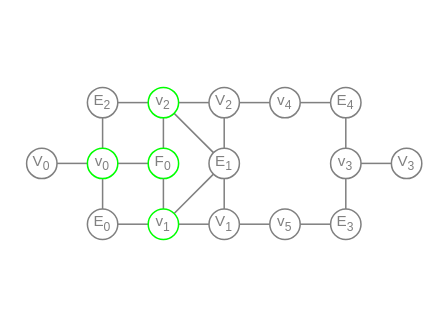
Above: wiki/MeshGraph.drawio in YoanWithY/kayo (draw.io), before the change. Source tidied: cells renumbered, new cells numbered last; positions are measured from the earlier drawing's top-left corner, leaving out a move shared by most shapes. Both pictures are drawn from the tidied source at 152%, with x=0, y=0 at pixel (26, 87).
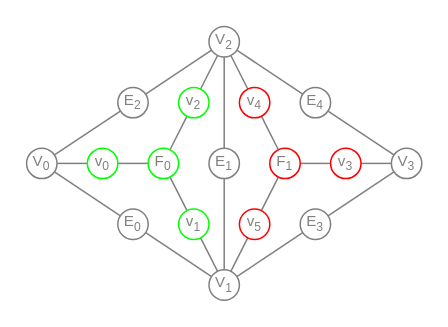
Above is the later version.

Change to the diagram source:
```diff
@@
-    <mxCell id="1" parent="0" />
+    <mxCell id="39" parent="0" />
-    <mxCell id="2" style="edgeStyle=none;shape=connector;rounded=0;html=1;labelBackgroundColor=default;strokeColor=#808080;fontFamily=Helvetica;fontSize=8;fontColor=#808080;endArrow=none;endFill=0;" parent="1" edge="1" source="4" target="32">
+    <mxCell id="2" style="edgeStyle=none;shape=connector;rounded=1;html=1;labelBackgroundColor=default;strokeColor=#808080;fontFamily=Helvetica;fontSize=11;fontColor=default;startArrow=none;startFill=0;endArrow=none;endFill=0;" parent="39" edge="1" source="4" target="32">
       <mxGeometry relative="1" as="geometry" />
     </mxCell>
-    <mxCell id="3" style="edgeStyle=none;shape=connector;rounded=0;html=1;labelBackgroundColor=default;strokeColor=#808080;fontFamily=Helvetica;fontSize=8;fontColor=#808080;endArrow=none;endFill=0;" parent="1" edge="1" source="4" target="34">
+    <mxCell id="3" style="edgeStyle=none;shape=connector;rounded=1;html=1;labelBackgroundColor=default;strokeColor=#808080;fontFamily=Helvetica;fontSize=11;fontColor=default;startArrow=none;startFill=0;endArrow=none;endFill=0;" parent="39" edge="1" source="4" target="34">
       <mxGeometry relative="1" as="geometry" />
     </mxCell>
+    <mxCell id="40" style="edgeStyle=none;shape=connector;rounded=1;html=1;labelBackgroundColor=default;strokeColor=#808080;fontFamily=Helvetica;fontSize=11;fontColor=default;startArrow=none;startFill=0;endArrow=none;endFill=0;" parent="39" edge="1" source="4" target="33">
+      <mxGeometry relative="1" as="geometry" />
+    </mxCell>
-    <mxCell id="4" value="F&lt;sub style=&quot;&quot;&gt;&lt;font style=&quot;font-size: 8px;&quot;&gt;0&lt;/font&gt;&lt;/sub&gt;" style="ellipse;whiteSpace=wrap;html=1;fontSize=10;fillColor=none;strokeColor=#00FF00;fontColor=#808080;" parent="1" vertex="1">
+    <mxCell id="4" value="F&lt;sub style=&quot;&quot;&gt;&lt;font style=&quot;font-size: 8px;&quot;&gt;0&lt;/font&gt;&lt;/sub&gt;" style="ellipse;whiteSpace=wrap;html=1;fontSize=10;fillColor=none;strokeColor=#00FF00;fontColor=#808080;" parent="39" vertex="1">
       <mxGeometry x="80" y="40" width="20" height="20" as="geometry" />
     </mxCell>
-    <mxCell id="5" style="edgeStyle=none;shape=connector;rounded=0;html=1;labelBackgroundColor=default;strokeColor=#808080;fontFamily=Helvetica;fontSize=8;fontColor=#808080;endArrow=none;endFill=0;" parent="1" edge="1" source="7" target="16">
-      <mxGeometry relative="1" as="geometry" />
-    </mxCell>
-    <mxCell id="6" style="edgeStyle=none;shape=connector;rounded=0;html=1;labelBackgroundColor=default;strokeColor=#808080;fontFamily=Helvetica;fontSize=8;fontColor=#808080;endArrow=none;endFill=0;" parent="1" edge="1" source="7" target="13">
-      <mxGeometry relative="1" as="geometry" />
-    </mxCell>
-    <mxCell id="7" value="E&lt;sub style=&quot;&quot;&gt;&lt;font style=&quot;font-size: 8px;&quot;&gt;1&lt;/font&gt;&lt;/sub&gt;" style="ellipse;whiteSpace=wrap;html=1;fontSize=10;fillColor=none;strokeColor=#808080;fontColor=#808080;" parent="1" vertex="1">
-      <mxGeometry x="120" y="40" width="20" height="20" as="geometry" />
-    </mxCell>
-    <mxCell id="8" style="edgeStyle=none;shape=connector;rounded=0;html=1;labelBackgroundColor=default;strokeColor=#808080;fontFamily=Helvetica;fontSize=8;fontColor=#808080;endArrow=none;endFill=0;" parent="1" edge="1" source="27" target="32">
-      <mxGeometry relative="1" as="geometry" />
-    </mxCell>
-    <mxCell id="9" style="edgeStyle=none;shape=connector;rounded=0;html=1;labelBackgroundColor=default;strokeColor=#808080;fontFamily=Helvetica;fontSize=8;fontColor=#808080;endArrow=none;endFill=0;" parent="1" edge="1" source="27" target="34">
-      <mxGeometry relative="1" as="geometry" />
-    </mxCell>
-    <mxCell id="10" value="V&lt;sub style=&quot;&quot;&gt;&lt;font style=&quot;font-size: 8px;&quot;&gt;0&lt;/font&gt;&lt;/sub&gt;" style="ellipse;whiteSpace=wrap;html=1;fontSize=10;fillColor=none;strokeColor=#808080;fontColor=#808080;shadow=0;" parent="1" vertex="1">
-      <mxGeometry y="40" width="20" height="20" as="geometry" />
-    </mxCell>
+    <mxCell id="41" style="edgeStyle=none;shape=connector;rounded=0;html=1;labelBackgroundColor=default;strokeColor=#808080;fontFamily=Helvetica;fontSize=8;fontColor=#808080;endArrow=none;endFill=0;" parent="39" edge="1" source="27" target="10">
+      <mxGeometry relative="1" as="geometry" />
+    </mxCell>
+    <mxCell id="42" style="edgeStyle=none;shape=connector;rounded=0;html=1;labelBackgroundColor=default;strokeColor=#808080;fontFamily=Helvetica;fontSize=8;fontColor=#808080;endArrow=none;endFill=0;" parent="39" edge="1" source="27" target="16">
+      <mxGeometry relative="1" as="geometry" />
+    </mxCell>
-    <mxCell id="11" style="edgeStyle=none;shape=connector;rounded=0;html=1;labelBackgroundColor=default;strokeColor=#808080;fontFamily=Helvetica;fontSize=8;fontColor=#808080;endArrow=none;endFill=0;" parent="1" edge="1" source="13" target="33">
+    <mxCell id="11" style="edgeStyle=none;shape=connector;rounded=0;html=1;labelBackgroundColor=default;strokeColor=#808080;fontFamily=Helvetica;fontSize=8;fontColor=#808080;endArrow=none;endFill=0;" parent="39" edge="1" source="13" target="33">
       <mxGeometry relative="1" as="geometry" />
     </mxCell>
-    <mxCell id="12" style="edgeStyle=none;shape=connector;rounded=0;html=1;labelBackgroundColor=default;strokeColor=#808080;fontFamily=Helvetica;fontSize=8;fontColor=#808080;endArrow=none;endFill=0;" parent="1" edge="1" source="13" target="38">
+    <mxCell id="12" style="edgeStyle=none;shape=connector;rounded=0;html=1;labelBackgroundColor=default;strokeColor=#808080;fontFamily=Helvetica;fontSize=8;fontColor=#808080;endArrow=none;endFill=0;" parent="39" edge="1" source="13" target="38">
       <mxGeometry relative="1" as="geometry" />
     </mxCell>
-    <mxCell id="13" value="V&lt;sub style=&quot;&quot;&gt;&lt;font style=&quot;font-size: 8px;&quot;&gt;1&lt;/font&gt;&lt;/sub&gt;" style="ellipse;whiteSpace=wrap;html=1;fontSize=10;fillColor=none;strokeColor=#808080;fontColor=#808080;" parent="1" vertex="1">
-      <mxGeometry x="120" y="80" width="20" height="20" as="geometry" />
+    <mxCell id="13" value="V&lt;sub style=&quot;&quot;&gt;&lt;font style=&quot;font-size: 8px;&quot;&gt;1&lt;/font&gt;&lt;/sub&gt;" style="ellipse;whiteSpace=wrap;html=1;fontSize=10;fillColor=none;strokeColor=#808080;fontColor=#808080;" parent="39" vertex="1">
+      <mxGeometry x="120" y="120" width="20" height="20" as="geometry" />
     </mxCell>
-    <mxCell id="14" style="edgeStyle=none;shape=connector;rounded=0;html=1;labelBackgroundColor=default;strokeColor=#808080;fontFamily=Helvetica;fontSize=8;fontColor=#808080;endArrow=none;endFill=0;" parent="1" edge="1" source="16" target="34">
+    <mxCell id="14" style="edgeStyle=none;shape=connector;rounded=0;html=1;labelBackgroundColor=default;strokeColor=#808080;fontFamily=Helvetica;fontSize=8;fontColor=#808080;endArrow=none;endFill=0;" parent="39" edge="1" source="16" target="34">
       <mxGeometry relative="1" as="geometry" />
     </mxCell>
-    <mxCell id="15" style="edgeStyle=none;shape=connector;rounded=0;html=1;labelBackgroundColor=default;strokeColor=#808080;fontFamily=Helvetica;fontSize=8;fontColor=#808080;endArrow=none;endFill=0;" parent="1" edge="1" source="16" target="37">
+    <mxCell id="15" style="edgeStyle=none;shape=connector;rounded=0;html=1;labelBackgroundColor=default;strokeColor=#808080;fontFamily=Helvetica;fontSize=8;fontColor=#808080;endArrow=none;endFill=0;" parent="39" edge="1" source="16" target="37">
       <mxGeometry relative="1" as="geometry" />
     </mxCell>
-    <mxCell id="16" value="V&lt;sub style=&quot;&quot;&gt;&lt;font style=&quot;font-size: 8px;&quot;&gt;2&lt;/font&gt;&lt;/sub&gt;" style="ellipse;whiteSpace=wrap;html=1;fontSize=10;fillColor=none;strokeColor=#808080;fontColor=#808080;" parent="1" vertex="1">
-      <mxGeometry x="120" width="20" height="20" as="geometry" />
+    <mxCell id="16" value="V&lt;sub style=&quot;&quot;&gt;&lt;font style=&quot;font-size: 8px;&quot;&gt;2&lt;/font&gt;&lt;/sub&gt;" style="ellipse;whiteSpace=wrap;html=1;fontSize=10;fillColor=none;strokeColor=#808080;fontColor=#808080;" parent="39" vertex="1">
+      <mxGeometry x="120" y="-40" width="20" height="20" as="geometry" />
     </mxCell>
-    <mxCell id="17" style="edgeStyle=none;shape=connector;rounded=0;html=1;labelBackgroundColor=default;strokeColor=#808080;fontFamily=Helvetica;fontSize=8;fontColor=#808080;endArrow=none;endFill=0;startArrow=none;" parent="1" edge="1" source="37" target="19">
-      <mxGeometry relative="1" as="geometry" />
-    </mxCell>
-    <mxCell id="18" value="E&lt;sub style=&quot;&quot;&gt;&lt;font style=&quot;font-size: 8px;&quot;&gt;3&lt;/font&gt;&lt;/sub&gt;" style="ellipse;whiteSpace=wrap;html=1;fontSize=10;fillColor=none;strokeColor=#808080;fontColor=#808080;" parent="1" vertex="1">
-      <mxGeometry x="200" y="80" width="20" height="20" as="geometry" />
-    </mxCell>
-    <mxCell id="19" value="E&lt;sub style=&quot;&quot;&gt;&lt;font style=&quot;font-size: 8px;&quot;&gt;4&lt;/font&gt;&lt;/sub&gt;" style="ellipse;whiteSpace=wrap;html=1;fontSize=10;fillColor=none;strokeColor=#808080;fontColor=#808080;" parent="1" vertex="1">
-      <mxGeometry x="200" width="20" height="20" as="geometry" />
-    </mxCell>
+    <mxCell id="43" style="edgeStyle=none;shape=connector;rounded=1;html=1;labelBackgroundColor=default;strokeColor=#808080;fontFamily=Helvetica;fontSize=11;fontColor=default;startArrow=none;startFill=0;endArrow=none;endFill=0;" parent="39" edge="1" source="46" target="37">
+      <mxGeometry relative="1" as="geometry" />
+    </mxCell>
+    <mxCell id="44" style="edgeStyle=none;shape=connector;rounded=1;html=1;labelBackgroundColor=default;strokeColor=#808080;fontFamily=Helvetica;fontSize=11;fontColor=default;startArrow=none;startFill=0;endArrow=none;endFill=0;" parent="39" edge="1" source="46" target="36">
+      <mxGeometry relative="1" as="geometry" />
+    </mxCell>
+    <mxCell id="45" style="edgeStyle=none;shape=connector;rounded=1;html=1;labelBackgroundColor=default;strokeColor=#808080;fontFamily=Helvetica;fontSize=11;fontColor=default;startArrow=none;startFill=0;endArrow=none;endFill=0;" parent="39" edge="1" source="46" target="38">
+      <mxGeometry relative="1" as="geometry" />
+    </mxCell>
+    <mxCell id="46" value="F&lt;sub style=&quot;&quot;&gt;&lt;font style=&quot;font-size: 8px;&quot;&gt;1&lt;/font&gt;&lt;/sub&gt;" style="ellipse;whiteSpace=wrap;html=1;fontSize=10;fillColor=none;strokeColor=#FF0000;fontColor=#808080;" parent="39" vertex="1">
+      <mxGeometry x="160" y="40" width="20" height="20" as="geometry" />
+    </mxCell>
-    <mxCell id="20" value="V&lt;sub style=&quot;&quot;&gt;&lt;font style=&quot;font-size: 8px;&quot;&gt;3&lt;/font&gt;&lt;/sub&gt;" style="ellipse;whiteSpace=wrap;html=1;fontSize=10;fillColor=none;strokeColor=#808080;fontColor=#808080;" parent="1" vertex="1">
+    <mxCell id="20" value="V&lt;sub style=&quot;&quot;&gt;&lt;font style=&quot;font-size: 8px;&quot;&gt;3&lt;/font&gt;&lt;/sub&gt;" style="ellipse;whiteSpace=wrap;html=1;fontSize=10;fillColor=none;strokeColor=#808080;fontColor=#808080;" parent="39" vertex="1">
       <mxGeometry x="240" y="40" width="20" height="20" as="geometry" />
     </mxCell>
-    <mxCell id="21" style="edgeStyle=none;shape=connector;rounded=0;html=1;labelBackgroundColor=default;strokeColor=#808080;fontFamily=Helvetica;fontSize=8;fontColor=#808080;endArrow=none;endFill=0;" parent="1" edge="1" source="33" target="4">
-      <mxGeometry relative="1" as="geometry" />
-    </mxCell>
-    <mxCell id="22" style="edgeStyle=none;shape=connector;rounded=0;html=1;labelBackgroundColor=default;strokeColor=#808080;fontFamily=Helvetica;fontSize=8;fontColor=#808080;endArrow=none;endFill=0;" parent="1" edge="1" source="26" target="32">
-      <mxGeometry relative="1" as="geometry" />
-    </mxCell>
-    <mxCell id="23" style="edgeStyle=none;shape=connector;rounded=0;html=1;labelBackgroundColor=default;strokeColor=#808080;fontFamily=Helvetica;fontSize=8;fontColor=#808080;endArrow=none;endFill=0;" parent="1" edge="1" source="26" target="33">
-      <mxGeometry relative="1" as="geometry" />
-    </mxCell>
-    <mxCell id="24" style="edgeStyle=none;shape=connector;rounded=0;html=1;labelBackgroundColor=default;strokeColor=#808080;fontFamily=Helvetica;fontSize=8;fontColor=#808080;endArrow=none;endFill=0;" parent="1" edge="1" source="7" target="33">
-      <mxGeometry relative="1" as="geometry" />
-    </mxCell>
-    <mxCell id="25" style="edgeStyle=none;shape=connector;rounded=0;html=1;labelBackgroundColor=default;strokeColor=#808080;fontFamily=Helvetica;fontSize=8;fontColor=#808080;endArrow=none;endFill=0;" parent="1" edge="1" source="7" target="34">
-      <mxGeometry relative="1" as="geometry" />
-    </mxCell>
-    <mxCell id="26" value="E&lt;sub style=&quot;&quot;&gt;&lt;font style=&quot;font-size: 8px;&quot;&gt;0&lt;/font&gt;&lt;/sub&gt;" style="ellipse;whiteSpace=wrap;html=1;fontSize=10;fillColor=none;strokeColor=#808080;fontColor=#808080;" parent="1" vertex="1">
-      <mxGeometry x="40" y="80" width="20" height="20" as="geometry" />
-    </mxCell>
-    <mxCell id="27" value="E&lt;sub style=&quot;&quot;&gt;&lt;font style=&quot;font-size: 8px;&quot;&gt;2&lt;/font&gt;&lt;/sub&gt;" style="ellipse;whiteSpace=wrap;html=1;fontSize=10;fillColor=none;strokeColor=#808080;fontColor=#808080;" parent="1" vertex="1">
-      <mxGeometry x="40" width="20" height="20" as="geometry" />
-    </mxCell>
-    <mxCell id="28" style="edgeStyle=none;shape=connector;rounded=0;html=1;labelBackgroundColor=default;strokeColor=#808080;fontFamily=Helvetica;fontSize=8;fontColor=#808080;endArrow=none;endFill=0;" parent="1" edge="1" source="18" target="36">
-      <mxGeometry relative="1" as="geometry" />
-    </mxCell>
-    <mxCell id="29" style="edgeStyle=none;shape=connector;rounded=0;html=1;labelBackgroundColor=default;strokeColor=#808080;fontFamily=Helvetica;fontSize=8;fontColor=#808080;endArrow=none;endFill=0;" parent="1" edge="1" source="18" target="38">
-      <mxGeometry relative="1" as="geometry" />
-    </mxCell>
-    <mxCell id="30" style="edgeStyle=none;shape=connector;rounded=0;html=1;labelBackgroundColor=default;strokeColor=#808080;fontFamily=Helvetica;fontSize=8;fontColor=#808080;endArrow=none;endFill=0;" parent="1" edge="1" source="19" target="36">
-      <mxGeometry relative="1" as="geometry" />
-    </mxCell>
+    <mxCell id="47" style="edgeStyle=none;shape=connector;rounded=0;html=1;labelBackgroundColor=default;strokeColor=#808080;fontFamily=Helvetica;fontSize=8;fontColor=#808080;endArrow=none;endFill=0;" parent="39" edge="1" source="26" target="10">
+      <mxGeometry relative="1" as="geometry" />
+    </mxCell>
+    <mxCell id="48" style="edgeStyle=none;shape=connector;rounded=0;html=1;labelBackgroundColor=default;strokeColor=#808080;fontFamily=Helvetica;fontSize=8;fontColor=#808080;endArrow=none;endFill=0;" parent="39" edge="1" source="26" target="13">
+      <mxGeometry relative="1" as="geometry" />
+    </mxCell>
+    <mxCell id="6" style="edgeStyle=none;shape=connector;rounded=0;html=1;labelBackgroundColor=default;strokeColor=#808080;fontFamily=Helvetica;fontSize=8;fontColor=#808080;endArrow=none;endFill=0;" parent="39" edge="1" source="7" target="13">
+      <mxGeometry relative="1" as="geometry" />
+    </mxCell>
+    <mxCell id="49" style="edgeStyle=none;shape=connector;rounded=1;html=1;labelBackgroundColor=default;strokeColor=#808080;fontFamily=Helvetica;fontSize=11;fontColor=default;startArrow=none;startFill=0;endArrow=none;endFill=0;" parent="39" edge="1" source="16" target="7">
+      <mxGeometry relative="1" as="geometry" />
+    </mxCell>
+    <mxCell id="50" style="edgeStyle=none;shape=connector;rounded=0;html=1;labelBackgroundColor=default;strokeColor=#808080;fontFamily=Helvetica;fontSize=8;fontColor=#808080;endArrow=none;endFill=0;" parent="39" edge="1" source="18" target="20">
+      <mxGeometry relative="1" as="geometry" />
+    </mxCell>
+    <mxCell id="51" style="edgeStyle=none;shape=connector;rounded=0;html=1;labelBackgroundColor=default;strokeColor=#808080;fontFamily=Helvetica;fontSize=8;fontColor=#808080;endArrow=none;endFill=0;" parent="39" edge="1" source="18" target="13">
+      <mxGeometry relative="1" as="geometry" />
+    </mxCell>
+    <mxCell id="52" style="edgeStyle=none;shape=connector;rounded=0;html=1;labelBackgroundColor=default;strokeColor=#808080;fontFamily=Helvetica;fontSize=8;fontColor=#808080;endArrow=none;endFill=0;" parent="39" edge="1" source="19" target="20">
+      <mxGeometry relative="1" as="geometry" />
+    </mxCell>
+    <mxCell id="53" style="edgeStyle=none;shape=connector;rounded=0;html=1;labelBackgroundColor=default;strokeColor=#808080;fontFamily=Helvetica;fontSize=8;fontColor=#808080;endArrow=none;endFill=0;" parent="39" edge="1" source="19" target="16">
+      <mxGeometry relative="1" as="geometry" />
+    </mxCell>
-    <mxCell id="31" style="edgeStyle=none;shape=connector;rounded=0;html=1;labelBackgroundColor=default;strokeColor=#808080;fontFamily=Helvetica;fontSize=8;fontColor=#808080;endArrow=none;endFill=0;" parent="1" edge="1" source="32" target="10">
+    <mxCell id="31" style="edgeStyle=none;shape=connector;rounded=0;html=1;labelBackgroundColor=default;strokeColor=#808080;fontFamily=Helvetica;fontSize=8;fontColor=#808080;endArrow=none;endFill=0;" parent="39" edge="1" source="32" target="10">
       <mxGeometry relative="1" as="geometry" />
     </mxCell>
-    <mxCell id="32" value="v&lt;sub style=&quot;&quot;&gt;&lt;font style=&quot;font-size: 8px;&quot;&gt;0&lt;/font&gt;&lt;/sub&gt;" style="ellipse;whiteSpace=wrap;html=1;fontSize=10;fillColor=none;strokeColor=#00FF00;fontColor=#808080;" parent="1" vertex="1">
-      <mxGeometry x="40" y="40" width="20" height="20" as="geometry" />
-    </mxCell>
-    <mxCell id="33" value="v&lt;sub style=&quot;&quot;&gt;&lt;font style=&quot;font-size: 8px;&quot;&gt;1&lt;/font&gt;&lt;/sub&gt;" style="ellipse;whiteSpace=wrap;html=1;fontSize=10;fillColor=none;strokeColor=#00FF00;fontColor=#808080;" parent="1" vertex="1">
-      <mxGeometry x="80" y="80" width="20" height="20" as="geometry" />
-    </mxCell>
-    <mxCell id="34" value="v&lt;sub style=&quot;&quot;&gt;&lt;font style=&quot;font-size: 8px;&quot;&gt;2&lt;/font&gt;&lt;/sub&gt;" style="ellipse;whiteSpace=wrap;html=1;fontSize=10;fillColor=none;strokeColor=#00FF00;fontColor=#808080;" parent="1" vertex="1">
-      <mxGeometry x="80" width="20" height="20" as="geometry" />
-    </mxCell>
-    <mxCell id="35" style="edgeStyle=none;shape=connector;rounded=0;html=1;labelBackgroundColor=default;strokeColor=#808080;fontFamily=Helvetica;fontSize=8;fontColor=#808080;endArrow=none;endFill=0;" parent="1" edge="1" source="36" target="20">
+    <mxCell id="35" style="edgeStyle=none;shape=connector;rounded=0;html=1;labelBackgroundColor=default;strokeColor=#808080;fontFamily=Helvetica;fontSize=8;fontColor=#808080;endArrow=none;endFill=0;" parent="39" edge="1" source="36" target="20">
       <mxGeometry relative="1" as="geometry" />
     </mxCell>
-    <mxCell id="36" value="v&lt;sub style=&quot;&quot;&gt;&lt;font style=&quot;font-size: 8px;&quot;&gt;3&lt;/font&gt;&lt;/sub&gt;" style="ellipse;whiteSpace=wrap;html=1;fontSize=10;fillColor=none;strokeColor=#808080;fontColor=#808080;" parent="1" vertex="1">
+    <mxCell id="36" value="v&lt;sub style=&quot;&quot;&gt;&lt;font style=&quot;font-size: 8px;&quot;&gt;3&lt;/font&gt;&lt;/sub&gt;" style="ellipse;whiteSpace=wrap;html=1;fontSize=10;fillColor=none;strokeColor=#FF0000;fontColor=#808080;" parent="39" vertex="1">
       <mxGeometry x="200" y="40" width="20" height="20" as="geometry" />
     </mxCell>
+    <mxCell id="38" value="v&lt;sub style=&quot;&quot;&gt;&lt;font style=&quot;font-size: 8px;&quot;&gt;5&lt;/font&gt;&lt;/sub&gt;" style="ellipse;whiteSpace=wrap;html=1;fontSize=10;fillColor=none;strokeColor=#FF0000;fontColor=#808080;" parent="39" vertex="1">
+      <mxGeometry x="140" y="80" width="20" height="20" as="geometry" />
+    </mxCell>
+    <mxCell id="10" value="V&lt;sub style=&quot;&quot;&gt;&lt;font style=&quot;font-size: 8px;&quot;&gt;0&lt;/font&gt;&lt;/sub&gt;" style="ellipse;whiteSpace=wrap;html=1;fontSize=10;fillColor=none;strokeColor=#808080;fontColor=#808080;" parent="39" vertex="1">
+      <mxGeometry y="40" width="20" height="20" as="geometry" />
+    </mxCell>
+    <mxCell id="27" value="E&lt;sub style=&quot;&quot;&gt;&lt;font style=&quot;font-size: 8px;&quot;&gt;2&lt;/font&gt;&lt;/sub&gt;" style="ellipse;whiteSpace=wrap;html=1;fontSize=10;fillColor=none;strokeColor=#808080;fontColor=#808080;" parent="39" vertex="1">
+      <mxGeometry x="60" width="20" height="20" as="geometry" />
+    </mxCell>
+    <mxCell id="7" value="E&lt;sub style=&quot;&quot;&gt;&lt;font style=&quot;font-size: 8px;&quot;&gt;1&lt;/font&gt;&lt;/sub&gt;" style="ellipse;whiteSpace=wrap;html=1;fontSize=10;fillColor=none;strokeColor=#808080;fontColor=#808080;" parent="39" vertex="1">
+      <mxGeometry x="120" y="40" width="20" height="20" as="geometry" />
+    </mxCell>
+    <mxCell id="34" value="v&lt;sub style=&quot;&quot;&gt;&lt;font style=&quot;font-size: 8px;&quot;&gt;2&lt;/font&gt;&lt;/sub&gt;" style="ellipse;whiteSpace=wrap;html=1;fontSize=10;fillColor=none;strokeColor=#00FF00;fontColor=#808080;" parent="39" vertex="1">
+      <mxGeometry x="100" width="20" height="20" as="geometry" />
+    </mxCell>
-    <mxCell id="37" value="v&lt;sub style=&quot;&quot;&gt;&lt;font style=&quot;font-size: 8px;&quot;&gt;4&lt;/font&gt;&lt;/sub&gt;" style="ellipse;whiteSpace=wrap;html=1;fontSize=10;fillColor=none;strokeColor=#808080;fontColor=#808080;" parent="1" vertex="1">
-      <mxGeometry x="160" width="20" height="20" as="geometry" />
+    <mxCell id="37" value="v&lt;sub style=&quot;&quot;&gt;&lt;font style=&quot;font-size: 8px;&quot;&gt;4&lt;/font&gt;&lt;/sub&gt;" style="ellipse;whiteSpace=wrap;html=1;fontSize=10;fillColor=none;strokeColor=#FF0000;fontColor=#808080;" parent="39" vertex="1">
+      <mxGeometry x="140" width="20" height="20" as="geometry" />
     </mxCell>
-    <mxCell id="38" value="v&lt;sub style=&quot;&quot;&gt;&lt;font style=&quot;font-size: 8px;&quot;&gt;5&lt;/font&gt;&lt;/sub&gt;" style="ellipse;whiteSpace=wrap;html=1;fontSize=10;fillColor=none;strokeColor=#808080;fontColor=#808080;" parent="1" vertex="1">
-      <mxGeometry x="160" y="80" width="20" height="20" as="geometry" />
-    </mxCell>
+    <mxCell id="19" value="E&lt;sub style=&quot;&quot;&gt;&lt;font style=&quot;font-size: 8px;&quot;&gt;4&lt;/font&gt;&lt;/sub&gt;" style="ellipse;whiteSpace=wrap;html=1;fontSize=10;fillColor=none;strokeColor=#808080;fontColor=#808080;" parent="39" vertex="1">
+      <mxGeometry x="180" width="20" height="20" as="geometry" />
+    </mxCell>
+    <mxCell id="18" value="E&lt;sub style=&quot;&quot;&gt;&lt;font style=&quot;font-size: 8px;&quot;&gt;3&lt;/font&gt;&lt;/sub&gt;" style="ellipse;whiteSpace=wrap;html=1;fontSize=10;fillColor=none;strokeColor=#808080;fontColor=#808080;" parent="39" vertex="1">
+      <mxGeometry x="180" y="80" width="20" height="20" as="geometry" />
+    </mxCell>
+    <mxCell id="33" value="v&lt;sub style=&quot;&quot;&gt;&lt;font style=&quot;font-size: 8px;&quot;&gt;1&lt;/font&gt;&lt;/sub&gt;" style="ellipse;whiteSpace=wrap;html=1;fontSize=10;fillColor=none;strokeColor=#00FF00;fontColor=#808080;direction=south;" parent="39" vertex="1">
+      <mxGeometry x="100" y="80" width="20" height="20" as="geometry" />
+    </mxCell>
+    <mxCell id="26" value="E&lt;sub style=&quot;&quot;&gt;&lt;font style=&quot;font-size: 8px;&quot;&gt;0&lt;/font&gt;&lt;/sub&gt;" style="ellipse;whiteSpace=wrap;html=1;fontSize=10;fillColor=none;strokeColor=#808080;fontColor=#808080;" parent="39" vertex="1">
+      <mxGeometry x="60" y="80" width="20" height="20" as="geometry" />
+    </mxCell>
+    <mxCell id="32" value="v&lt;sub style=&quot;&quot;&gt;&lt;font style=&quot;font-size: 8px;&quot;&gt;0&lt;/font&gt;&lt;/sub&gt;" style="ellipse;whiteSpace=wrap;html=1;fontSize=10;fillColor=none;strokeColor=#00FF00;fontColor=#808080;" parent="39" vertex="1">
+      <mxGeometry x="40" y="40" width="20" height="20" as="geometry" />
+    </mxCell>
```
